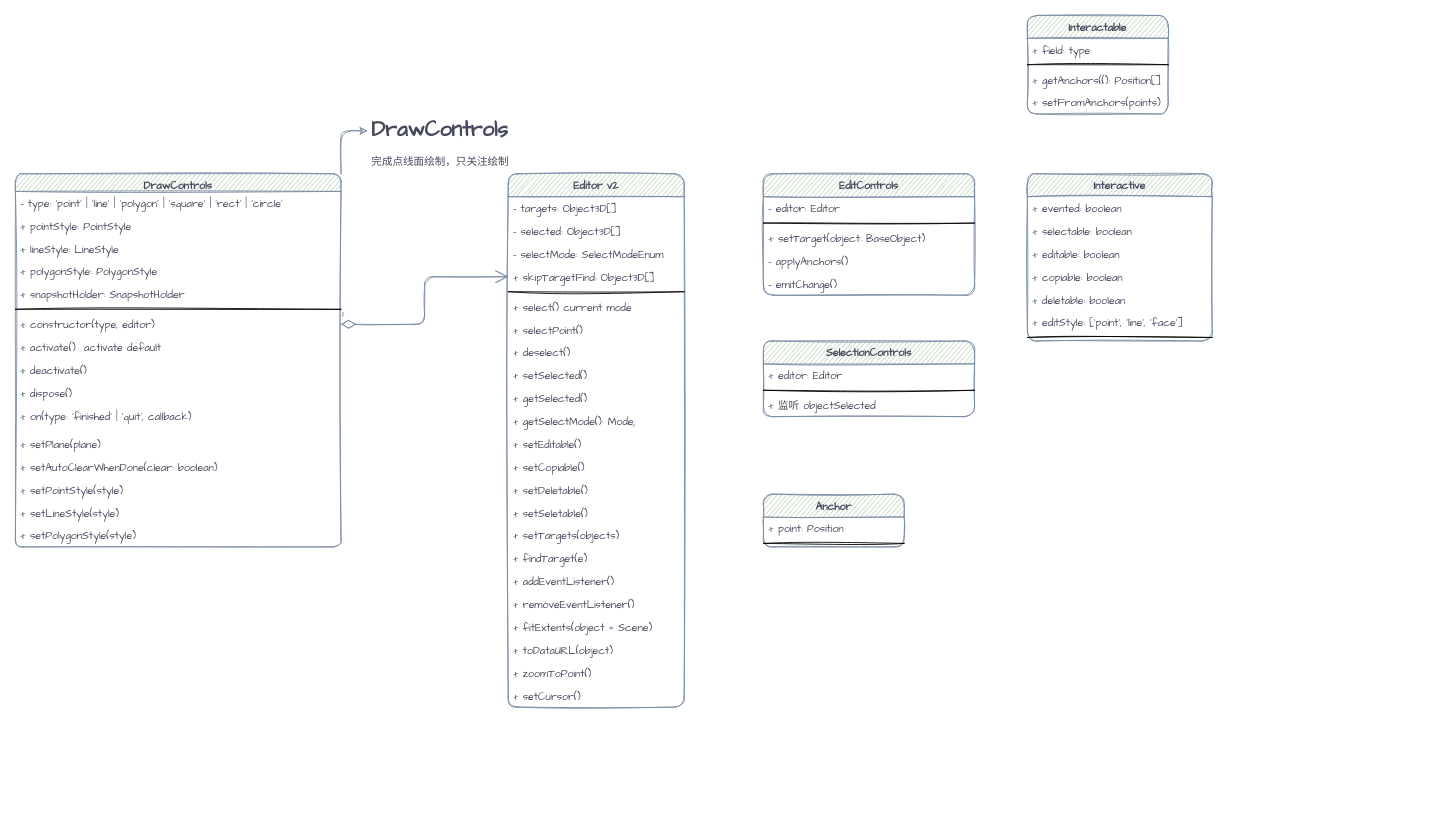
The draw.io diagram page "第 2 页" (2 of 3) of 绘制区间线.drawio in liuxinqiong/drawio, before the edit. Source tidied: cells renumbered, new cells numbered last; positions are measured from the earlier drawing's top-left corner, leaving out a move shared by most shapes. Both pictures are drawn from the tidied source at 88%, with x=0, y=0 at pixel (15, 15).
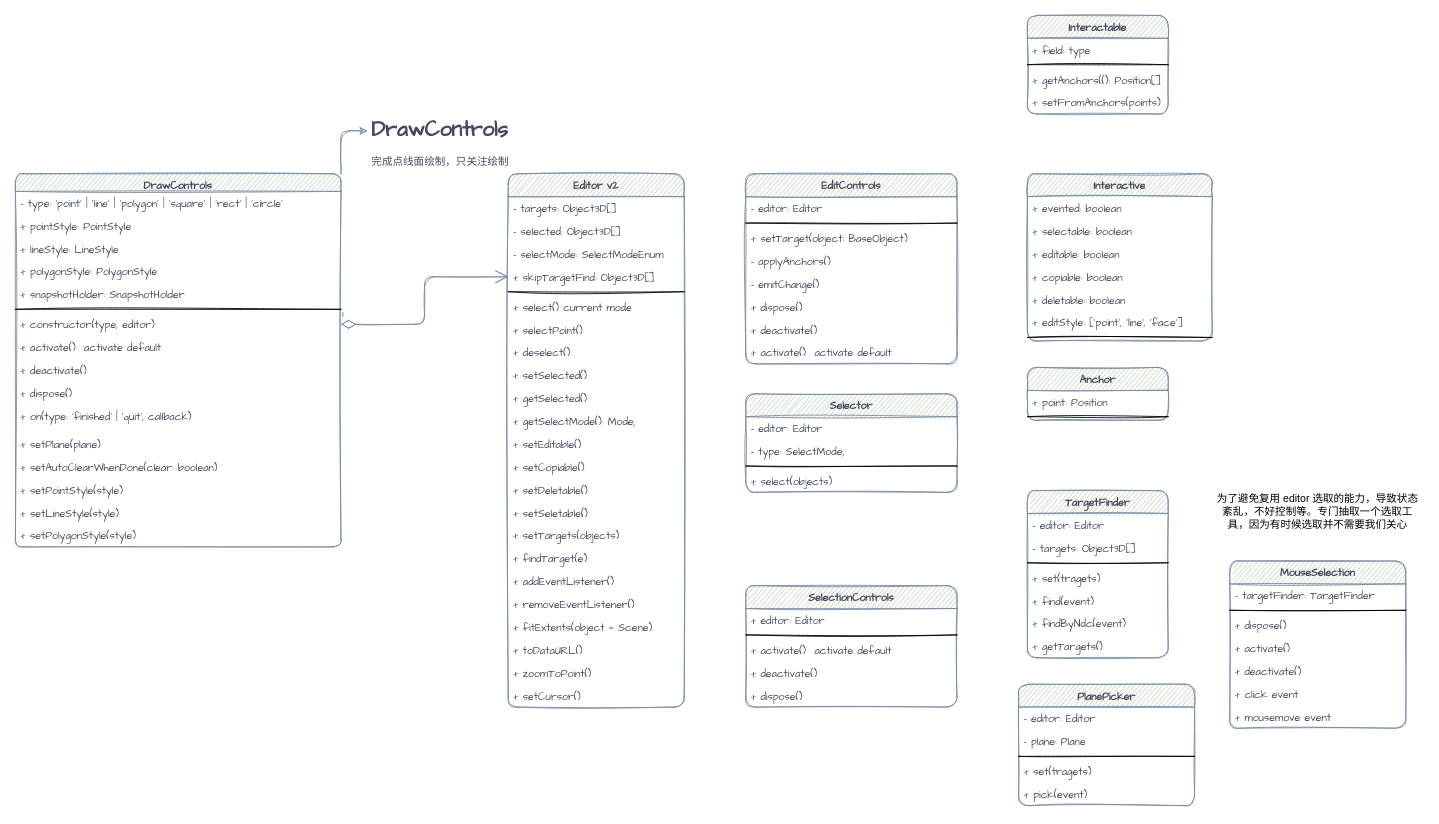
Above is the later version.

Commit message:
更新绘制区间线.drawio

Unchanged cells that the change refers to:
```xml
<mxCell id="26" value="Editor v2" style="swimlane;fontStyle=1;align=center;verticalAlign=top;horizontal=1;startSize=26;rounded=1;sketch=1;fontFamily=Comic Sans MS;fontColor=#46495D;strokeColor=#788AA3;fillColor=#B2C9AB;" parent="1" vertex="1">
  <mxGeometry x="560" y="180" width="200" height="606" as="geometry" />
</mxCell>
```

Diff of the diagram source:
```diff
@@
     <mxCell id="22" value="SelectionControls" style="swimlane;fontStyle=1;align=center;verticalAlign=top;horizontal=1;startSize=26;rounded=1;sketch=1;fontFamily=Comic Sans MS;fontColor=#46495D;strokeColor=#788AA3;fillColor=#B2C9AB;" parent="1" vertex="1">
-      <mxGeometry x="850" y="370" width="240" height="86" as="geometry" />
+      <mxGeometry x="830" y="648" width="240" height="138" as="geometry" />
     </mxCell>
@@
-    <mxCell id="25" value="+ 监听 objectSelected" style="text;strokeColor=none;fillColor=none;align=left;verticalAlign=top;spacingLeft=4;spacingRight=4;overflow=hidden;rounded=1;sketch=1;fontFamily=Comic Sans MS;fontColor=#46495D;" parent="22" vertex="1">
-      <mxGeometry y="60" width="240" height="26" as="geometry" />
-    </mxCell>
+    <mxCell id="72" value="+ activate()  activate default" style="text;strokeColor=none;fillColor=none;align=left;verticalAlign=top;spacingLeft=4;spacingRight=4;overflow=hidden;rounded=1;sketch=1;fontFamily=Comic Sans MS;fontColor=#46495D;" parent="22" vertex="1">
+      <mxGeometry y="60" width="240" height="26" as="geometry" />
+    </mxCell>
+    <mxCell id="73" value="+ deactivate()" style="text;strokeColor=none;fillColor=none;align=left;verticalAlign=top;spacingLeft=4;spacingRight=4;overflow=hidden;rounded=1;sketch=1;fontFamily=Comic Sans MS;fontColor=#46495D;" parent="22" vertex="1">
+      <mxGeometry y="86" width="240" height="26" as="geometry" />
+    </mxCell>
+    <mxCell id="74" value="+ dispose()" style="text;strokeColor=none;fillColor=none;align=left;verticalAlign=top;spacingLeft=4;spacingRight=4;overflow=hidden;rounded=1;sketch=1;fontFamily=Comic Sans MS;fontColor=#46495D;" parent="22" vertex="1">
+      <mxGeometry y="112" width="240" height="26" as="geometry" />
+    </mxCell>
@@
-    <mxCell id="47" value="+ toDataURL(object)" style="text;strokeColor=none;fillColor=none;align=left;verticalAlign=top;spacingLeft=4;spacingRight=4;overflow=hidden;rounded=1;sketch=1;fontFamily=Comic Sans MS;fontColor=#46495D;" parent="26" vertex="1">
+    <mxCell id="47" value="+ toDataURL()" style="text;strokeColor=none;fillColor=none;align=left;verticalAlign=top;spacingLeft=4;spacingRight=4;overflow=hidden;rounded=1;sketch=1;fontFamily=Comic Sans MS;fontColor=#46495D;" parent="26" vertex="1">
       <mxGeometry y="528" width="200" height="26" as="geometry" />
     </mxCell>
@@
-    <mxCell id="58" value="EditControls" style="swimlane;fontStyle=1;align=center;verticalAlign=top;horizontal=1;startSize=26;rounded=1;sketch=1;fontFamily=Comic Sans MS;fontColor=#46495D;strokeColor=#788AA3;fillColor=#B2C9AB;" parent="1" vertex="1">
-      <mxGeometry x="850" y="180" width="240" height="138" as="geometry" />
+    <mxCell id="58" value="EditControls" style="swimlane;fontStyle=1;align=center;verticalAlign=top;horizontal=1;startSize=26;rounded=1;sketch=1;fontFamily=Comic Sans MS;fontColor=#46495D;strokeColor=#788AA3;fillColor=#B2C9AB;arcSize=14;" parent="1" vertex="1">
+      <mxGeometry x="830" y="180" width="240" height="216" as="geometry" />
     </mxCell>
@@
+    <mxCell id="75" value="+ dispose()" style="text;strokeColor=none;fillColor=none;align=left;verticalAlign=top;spacingLeft=4;spacingRight=4;overflow=hidden;rounded=1;sketch=1;fontFamily=Comic Sans MS;fontColor=#46495D;" parent="58" vertex="1">
+      <mxGeometry y="138" width="240" height="26" as="geometry" />
+    </mxCell>
+    <mxCell id="76" value="+ deactivate()" style="text;strokeColor=none;fillColor=none;align=left;verticalAlign=top;spacingLeft=4;spacingRight=4;overflow=hidden;rounded=1;sketch=1;fontFamily=Comic Sans MS;fontColor=#46495D;" parent="58" vertex="1">
+      <mxGeometry y="164" width="240" height="26" as="geometry" />
+    </mxCell>
+    <mxCell id="77" value="+ activate()  activate default" style="text;strokeColor=none;fillColor=none;align=left;verticalAlign=top;spacingLeft=4;spacingRight=4;overflow=hidden;rounded=1;sketch=1;fontFamily=Comic Sans MS;fontColor=#46495D;" parent="58" vertex="1">
+      <mxGeometry y="190" width="240" height="26" as="geometry" />
+    </mxCell>
     <mxCell id="64" value="Anchor" style="swimlane;fontStyle=1;align=center;verticalAlign=top;horizontal=1;startSize=26;rounded=1;sketch=1;fontFamily=Comic Sans MS;fontColor=#46495D;strokeColor=#788AA3;fillColor=#B2C9AB;" parent="1" vertex="1">
-      <mxGeometry x="850" y="544" width="160" height="60" as="geometry" />
+      <mxGeometry x="1150" y="400" width="160" height="60" as="geometry" />
     </mxCell>
@@
+    <mxCell id="78" value="TargetFinder" style="swimlane;fontStyle=1;align=center;verticalAlign=top;horizontal=1;startSize=26;rounded=1;sketch=1;fontFamily=Comic Sans MS;fontColor=#46495D;strokeColor=#788AA3;fillColor=#B2C9AB;" parent="1" vertex="1">
+      <mxGeometry x="1150" y="540" width="160" height="190" as="geometry" />
+    </mxCell>
+    <mxCell id="79" value="- editor: Editor" style="text;strokeColor=none;fillColor=none;align=left;verticalAlign=top;spacingLeft=4;spacingRight=4;overflow=hidden;rounded=1;sketch=1;fontFamily=Comic Sans MS;fontColor=#46495D;" parent="78" vertex="1">
+      <mxGeometry y="26" width="160" height="26" as="geometry" />
+    </mxCell>
+    <mxCell id="80" value="- targets: Object3D[]" style="text;strokeColor=none;fillColor=none;align=left;verticalAlign=top;spacingLeft=4;spacingRight=4;overflow=hidden;rounded=1;sketch=1;fontFamily=Comic Sans MS;fontColor=#46495D;" parent="78" vertex="1">
+      <mxGeometry y="52" width="160" height="26" as="geometry" />
+    </mxCell>
+    <mxCell id="81" style="line;strokeWidth=1;fillColor=none;align=left;verticalAlign=middle;spacingTop=-1;spacingLeft=3;spacingRight=3;labelPosition=right;rounded=1;sketch=1;fontFamily=Comic Sans MS;fontColor=#46495D;" parent="78" vertex="1">
+      <mxGeometry y="78" width="160" height="8" as="geometry" />
+    </mxCell>
+    <mxCell id="82" value="+ set(tragets)" style="text;strokeColor=none;fillColor=none;align=left;verticalAlign=top;spacingLeft=4;spacingRight=4;overflow=hidden;rounded=1;sketch=1;fontFamily=Comic Sans MS;fontColor=#46495D;" parent="78" vertex="1">
+      <mxGeometry y="86" width="160" height="26" as="geometry" />
+    </mxCell>
+    <mxCell id="83" value="+ find(event)" style="text;strokeColor=none;fillColor=none;align=left;verticalAlign=top;spacingLeft=4;spacingRight=4;overflow=hidden;rounded=1;sketch=1;fontFamily=Comic Sans MS;fontColor=#46495D;" parent="78" vertex="1">
+      <mxGeometry y="112" width="160" height="26" as="geometry" />
+    </mxCell>
+    <mxCell id="84" value="+ findByNdc(event)" style="text;strokeColor=none;fillColor=none;align=left;verticalAlign=top;spacingLeft=4;spacingRight=4;overflow=hidden;rounded=1;sketch=1;fontFamily=Comic Sans MS;fontColor=#46495D;" parent="78" vertex="1">
+      <mxGeometry y="138" width="160" height="26" as="geometry" />
+    </mxCell>
+    <mxCell id="85" value="+ getTargets()" style="text;strokeColor=none;fillColor=none;align=left;verticalAlign=top;spacingLeft=4;spacingRight=4;overflow=hidden;rounded=1;sketch=1;fontFamily=Comic Sans MS;fontColor=#46495D;" parent="78" vertex="1">
+      <mxGeometry y="164" width="160" height="26" as="geometry" />
+    </mxCell>
+    <mxCell id="86" value="为了避免复用 editor 选取的能力，导致状态紊乱，不好控制等。专门抽取一个选取工具，因为有时候选取并不需要我们关心&lt;br&gt;" style="text;html=1;strokeColor=none;fillColor=none;align=center;verticalAlign=middle;whiteSpace=wrap;rounded=0;" parent="1" vertex="1">
+      <mxGeometry x="1360" y="540" width="240" height="48" as="geometry" />
+    </mxCell>
+    <mxCell id="87" value="Selector" style="swimlane;fontStyle=1;align=center;verticalAlign=top;horizontal=1;startSize=26;rounded=1;sketch=1;fontFamily=Comic Sans MS;fontColor=#46495D;strokeColor=#788AA3;fillColor=#B2C9AB;" parent="1" vertex="1">
+      <mxGeometry x="830" y="430" width="240" height="112" as="geometry" />
+    </mxCell>
+    <mxCell id="88" value="- editor: Editor" style="text;strokeColor=none;fillColor=none;align=left;verticalAlign=top;spacingLeft=4;spacingRight=4;overflow=hidden;rounded=1;sketch=1;fontFamily=Comic Sans MS;fontColor=#46495D;" parent="87" vertex="1">
+      <mxGeometry y="26" width="240" height="26" as="geometry" />
+    </mxCell>
+    <mxCell id="89" value="- type: SelectMode;" style="text;strokeColor=none;fillColor=none;align=left;verticalAlign=top;spacingLeft=4;spacingRight=4;overflow=hidden;rounded=1;sketch=1;fontFamily=Comic Sans MS;fontColor=#46495D;" parent="87" vertex="1">
+      <mxGeometry y="52" width="240" height="26" as="geometry" />
+    </mxCell>
+    <mxCell id="90" style="line;strokeWidth=1;fillColor=none;align=left;verticalAlign=middle;spacingTop=-1;spacingLeft=3;spacingRight=3;labelPosition=right;rounded=1;sketch=1;fontFamily=Comic Sans MS;fontColor=#46495D;" parent="87" vertex="1">
+      <mxGeometry y="78" width="240" height="8" as="geometry" />
+    </mxCell>
+    <mxCell id="91" value="+ select(objects)" style="text;strokeColor=none;fillColor=none;align=left;verticalAlign=top;spacingLeft=4;spacingRight=4;overflow=hidden;rounded=1;sketch=1;fontFamily=Comic Sans MS;fontColor=#46495D;" parent="87" vertex="1">
+      <mxGeometry y="86" width="240" height="26" as="geometry" />
+    </mxCell>
+    <mxCell id="92" value="PlanePicker" style="swimlane;fontStyle=1;align=center;verticalAlign=top;horizontal=1;startSize=26;rounded=1;sketch=1;fontFamily=Comic Sans MS;fontColor=#46495D;strokeColor=#788AA3;fillColor=#B2C9AB;" parent="1" vertex="1">
+      <mxGeometry x="1140" y="760" width="200" height="138" as="geometry" />
+    </mxCell>
+    <mxCell id="93" value="- editor: Editor" style="text;strokeColor=none;fillColor=none;align=left;verticalAlign=top;spacingLeft=4;spacingRight=4;overflow=hidden;rounded=1;sketch=1;fontFamily=Comic Sans MS;fontColor=#46495D;" parent="92" vertex="1">
+      <mxGeometry y="26" width="200" height="26" as="geometry" />
+    </mxCell>
+    <mxCell id="94" value="- plane: Plane" style="text;strokeColor=none;fillColor=none;align=left;verticalAlign=top;spacingLeft=4;spacingRight=4;overflow=hidden;rounded=1;sketch=1;fontFamily=Comic Sans MS;fontColor=#46495D;" parent="92" vertex="1">
+      <mxGeometry y="52" width="200" height="26" as="geometry" />
+    </mxCell>
+    <mxCell id="95" style="line;strokeWidth=1;fillColor=none;align=left;verticalAlign=middle;spacingTop=-1;spacingLeft=3;spacingRight=3;labelPosition=right;rounded=1;sketch=1;fontFamily=Comic Sans MS;fontColor=#46495D;" parent="92" vertex="1">
+      <mxGeometry y="78" width="200" height="8" as="geometry" />
+    </mxCell>
+    <mxCell id="96" value="+ set(tragets)" style="text;strokeColor=none;fillColor=none;align=left;verticalAlign=top;spacingLeft=4;spacingRight=4;overflow=hidden;rounded=1;sketch=1;fontFamily=Comic Sans MS;fontColor=#46495D;" parent="92" vertex="1">
+      <mxGeometry y="86" width="200" height="26" as="geometry" />
+    </mxCell>
+    <mxCell id="97" value="+ pick(event)" style="text;strokeColor=none;fillColor=none;align=left;verticalAlign=top;spacingLeft=4;spacingRight=4;overflow=hidden;rounded=1;sketch=1;fontFamily=Comic Sans MS;fontColor=#46495D;" parent="92" vertex="1">
+      <mxGeometry y="112" width="200" height="26" as="geometry" />
+    </mxCell>
+    <mxCell id="98" value="MouseSelection" style="swimlane;fontStyle=1;align=center;verticalAlign=top;horizontal=1;startSize=26;rounded=1;sketch=1;fontFamily=Comic Sans MS;fontColor=#46495D;strokeColor=#788AA3;fillColor=#B2C9AB;" parent="1" vertex="1">
+      <mxGeometry x="1380" y="620" width="200" height="190" as="geometry" />
+    </mxCell>
+    <mxCell id="99" value="- targetFinder: TargetFinder" style="text;strokeColor=none;fillColor=none;align=left;verticalAlign=top;spacingLeft=4;spacingRight=4;overflow=hidden;rounded=1;sketch=1;fontFamily=Comic Sans MS;fontColor=#46495D;" parent="98" vertex="1">
+      <mxGeometry y="26" width="200" height="26" as="geometry" />
+    </mxCell>
+    <mxCell id="100" style="line;strokeWidth=1;fillColor=none;align=left;verticalAlign=middle;spacingTop=-1;spacingLeft=3;spacingRight=3;labelPosition=right;rounded=1;sketch=1;fontFamily=Comic Sans MS;fontColor=#46495D;" parent="98" vertex="1">
+      <mxGeometry y="52" width="200" height="8" as="geometry" />
+    </mxCell>
+    <mxCell id="101" value="+ dispose()" style="text;strokeColor=none;fillColor=none;align=left;verticalAlign=top;spacingLeft=4;spacingRight=4;overflow=hidden;rounded=1;sketch=1;fontFamily=Comic Sans MS;fontColor=#46495D;" parent="98" vertex="1">
+      <mxGeometry y="60" width="200" height="26" as="geometry" />
+    </mxCell>
+    <mxCell id="102" value="+ activate()" style="text;strokeColor=none;fillColor=none;align=left;verticalAlign=top;spacingLeft=4;spacingRight=4;overflow=hidden;rounded=1;sketch=1;fontFamily=Comic Sans MS;fontColor=#46495D;" parent="98" vertex="1">
+      <mxGeometry y="86" width="200" height="26" as="geometry" />
+    </mxCell>
+    <mxCell id="103" value="+ deactivate()" style="text;strokeColor=none;fillColor=none;align=left;verticalAlign=top;spacingLeft=4;spacingRight=4;overflow=hidden;rounded=1;sketch=1;fontFamily=Comic Sans MS;fontColor=#46495D;" parent="98" vertex="1">
+      <mxGeometry y="112" width="200" height="26" as="geometry" />
+    </mxCell>
+    <mxCell id="104" value="+ click event" style="text;strokeColor=none;fillColor=none;align=left;verticalAlign=top;spacingLeft=4;spacingRight=4;overflow=hidden;rounded=1;sketch=1;fontFamily=Comic Sans MS;fontColor=#46495D;" parent="98" vertex="1">
+      <mxGeometry y="138" width="200" height="26" as="geometry" />
+    </mxCell>
+    <mxCell id="105" value="+ mousemove event" style="text;strokeColor=none;fillColor=none;align=left;verticalAlign=top;spacingLeft=4;spacingRight=4;overflow=hidden;rounded=1;sketch=1;fontFamily=Comic Sans MS;fontColor=#46495D;" parent="98" vertex="1">
+      <mxGeometry y="164" width="200" height="26" as="geometry" />
+    </mxCell>
```
